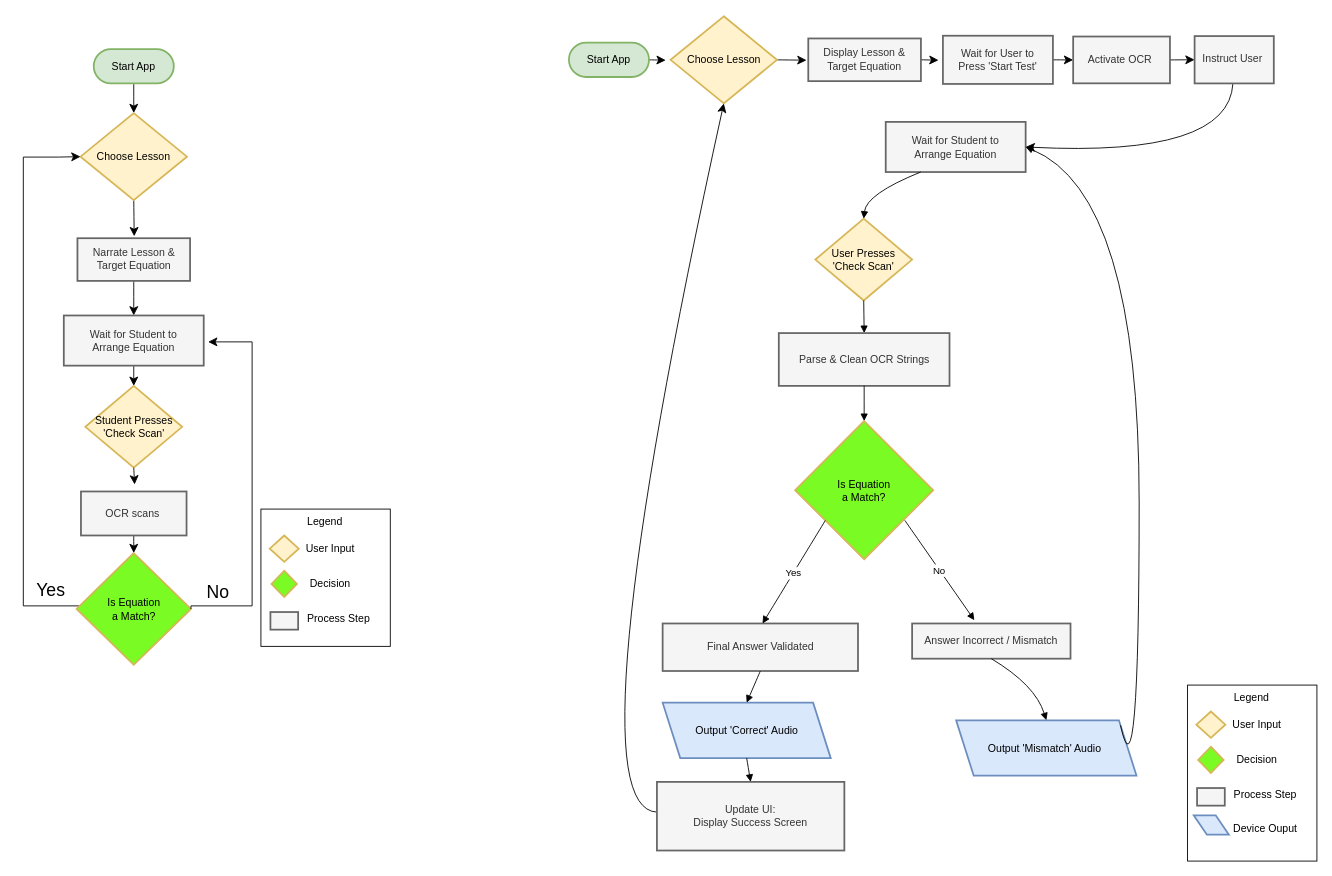
jeremytrafas/BIT-Algebra-App keeps this draw.io diagram as Diagrams/Flowchart.drawio. Above is the earlier version. Source tidied: cells renumbered, new cells numbered last; positions are measured from the earlier drawing's top-left corner, leaving out a move shared by most shapes. Both pictures are drawn from the tidied source at 88%, with x=0, y=0 at pixel (23, 16).
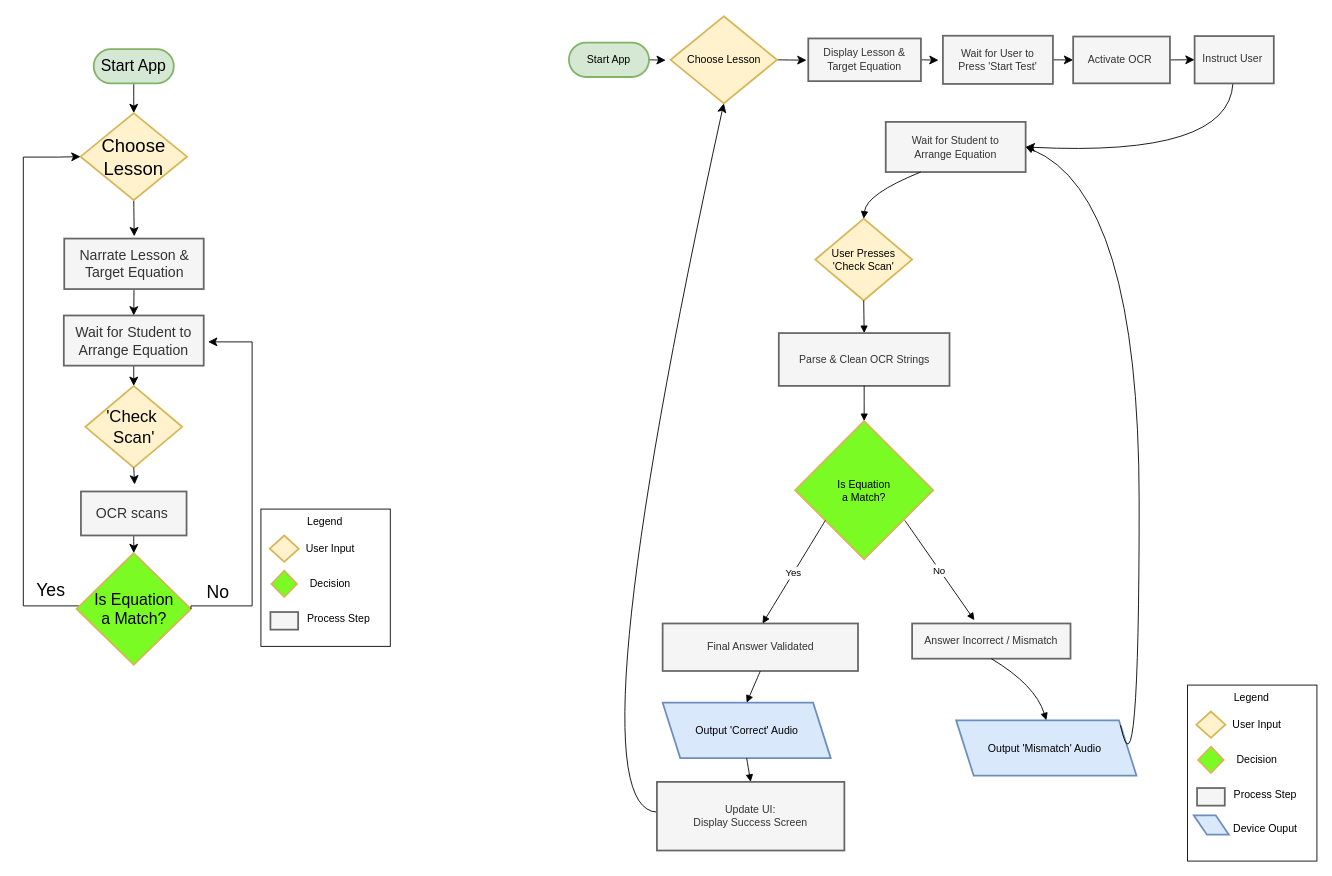
After the change.

Change to the diagram source:
```diff
@@
-    <mxCell id="44" value="Start App" style="rounded=1;whiteSpace=wrap;arcSize=50;strokeWidth=2;fillColor=#d5e8d4;strokeColor=#82b366;" parent="1" vertex="1">
+    <mxCell id="44" value="Start App" style="rounded=1;whiteSpace=wrap;arcSize=50;strokeWidth=2;fillColor=#d5e8d4;strokeColor=#82b366;fontSize=18;" parent="1" vertex="1">
       <mxGeometry x="80" y="37.2" width="91" height="39" as="geometry" />
     </mxCell>
@@
-    <mxCell id="46" value="Choose Lesson" style="rhombus;strokeWidth=2;whiteSpace=wrap;fillColor=#fff2cc;strokeColor=#d6b656;" parent="1" vertex="1">
+    <mxCell id="46" value="Choose Lesson" style="rhombus;strokeWidth=2;whiteSpace=wrap;fillColor=#fff2cc;strokeColor=#d6b656;fontSize=21;" parent="1" vertex="1">
       <mxGeometry x="65" y="110" width="121" height="99" as="geometry" />
     </mxCell>
@@
-    <mxCell id="48" value="Narrate Lesson &amp; Target Equation" style="whiteSpace=wrap;strokeWidth=2;fillColor=#f5f5f5;strokeColor=#666666;fontColor=#333333;" parent="1" vertex="1">
-      <mxGeometry x="61.5" y="252.2" width="128" height="48.5" as="geometry" />
+    <mxCell id="48" value="Narrate Lesson &amp; Target Equation" style="whiteSpace=wrap;strokeWidth=2;fillColor=#f5f5f5;strokeColor=#666666;fontColor=#333333;fontSize=16;" parent="1" vertex="1">
+      <mxGeometry x="46.5" y="252.6" width="158.5" height="57.4" as="geometry" />
     </mxCell>
@@
-    <mxCell id="50" value="Wait for Student to&#10;Arrange Equation" style="whiteSpace=wrap;strokeWidth=2;fillColor=#f5f5f5;fontColor=#333333;strokeColor=#666666;" parent="1" vertex="1">
+    <mxCell id="50" value="Wait for Student to&#10;Arrange Equation" style="whiteSpace=wrap;strokeWidth=2;fillColor=#f5f5f5;fontColor=#333333;strokeColor=#666666;fontSize=16;" parent="1" vertex="1">
       <mxGeometry x="46" y="340" width="159" height="57" as="geometry" />
     </mxCell>
-    <mxCell id="51" value="Student Presses&#10;'Check Scan'" style="rhombus;strokeWidth=2;whiteSpace=wrap;fillColor=#fff2cc;strokeColor=#d6b656;" parent="1" vertex="1">
+    <mxCell id="51" value="'Check &#10;Scan'" style="rhombus;strokeWidth=2;whiteSpace=wrap;fillColor=#fff2cc;strokeColor=#d6b656;fontSize=19;" parent="1" vertex="1">
       <mxGeometry x="70.5" y="420" width="110" height="93" as="geometry" />
     </mxCell>
@@
-    <mxCell id="54" value="Is Equation&#10;a Match?" style="rhombus;strokeWidth=2;whiteSpace=wrap;fillColor=light-dark(#79fb23, #281d00);strokeColor=#d6b656;" parent="1" vertex="1">
+    <mxCell id="54" value="Is Equation&#10;a Match?" style="rhombus;strokeWidth=2;whiteSpace=wrap;fillColor=light-dark(#79fb23, #281d00);strokeColor=#d6b656;fontSize=18;" parent="1" vertex="1">
       <mxGeometry x="60.5" y="610" width="130" height="127" as="geometry" />
     </mxCell>
@@
-    <mxCell id="56" value="OCR scans " style="whiteSpace=wrap;strokeWidth=2;fillColor=#f5f5f5;fontColor=#333333;strokeColor=#666666;" parent="1" vertex="1">
+    <mxCell id="56" value="OCR scans " style="whiteSpace=wrap;strokeWidth=2;fillColor=#f5f5f5;fontColor=#333333;strokeColor=#666666;fontSize=16;" parent="1" vertex="1">
       <mxGeometry x="65.5" y="540" width="120" height="50" as="geometry" />
     </mxCell>
```
